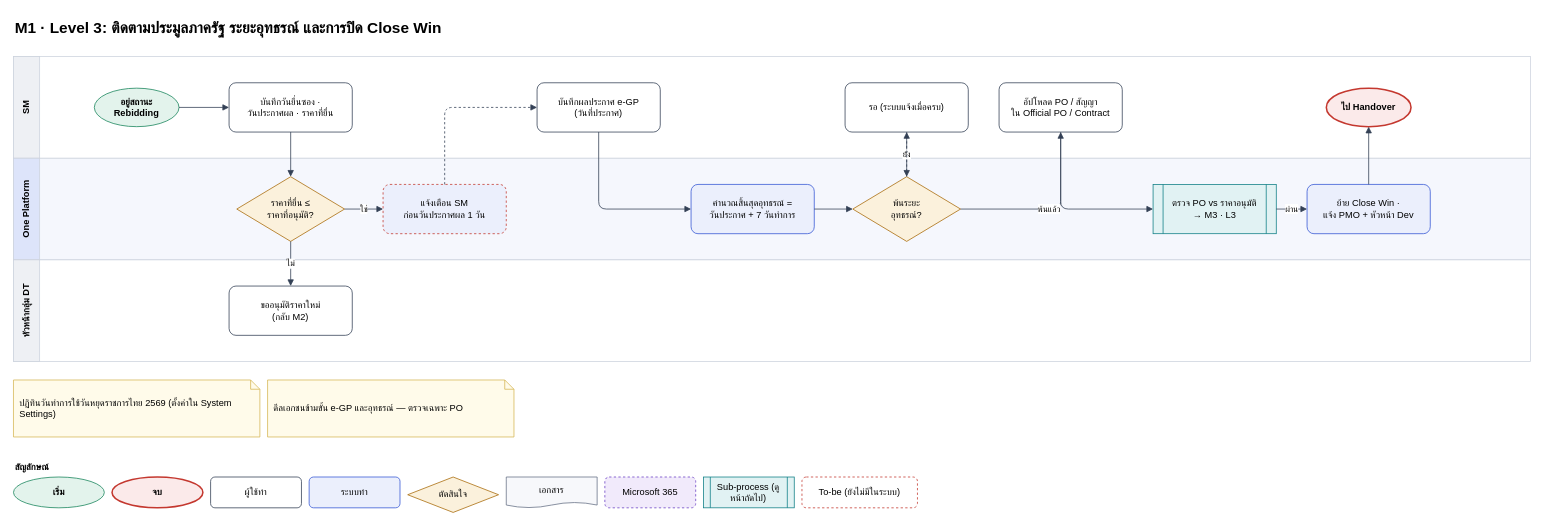
Before: page "M1 Sales · L3" (6 of 31) of salesflow/docs/diagrams/one-platform-flows.drawio in Ruttanachote/Ai, a draw.io diagram. Source tidied: cells renumbered, new cells numbered last; positions are measured from the earlier drawing's top-left corner, leaving out a move shared by most shapes. Both pictures are drawn from the tidied source at 77%, with x=0, y=0 at pixel (13, 13).
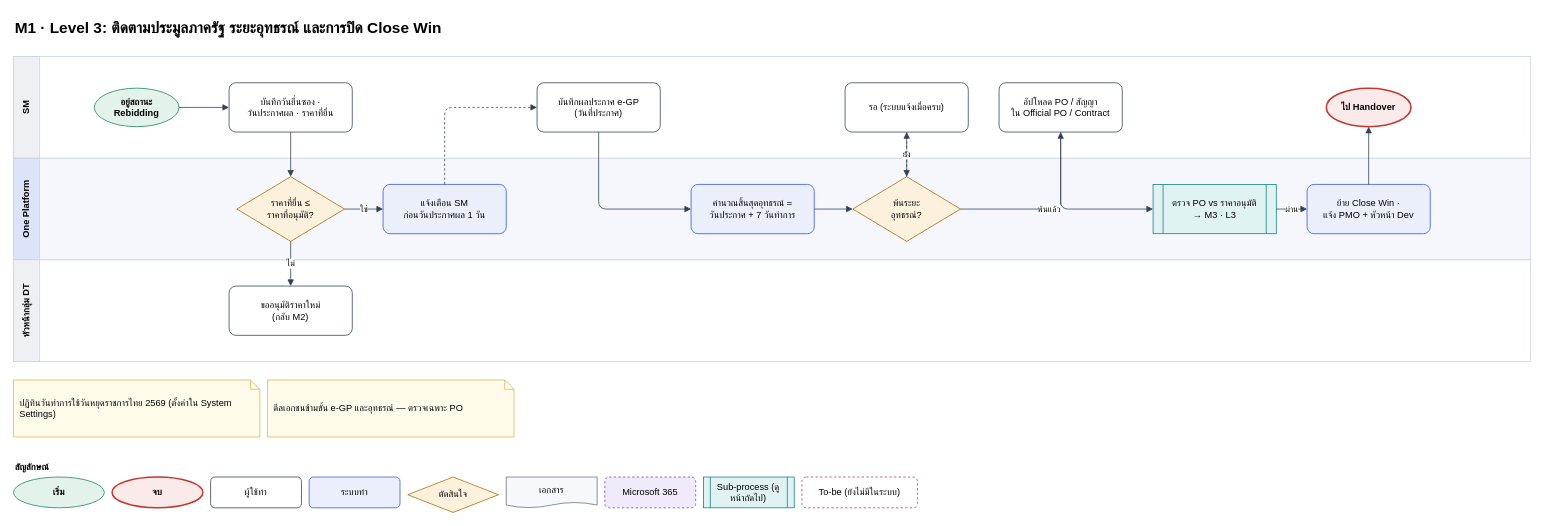
Above is the later version.

Change to the diagram source:
```diff
@@
-    <mxCell id="13" value="แจ้งเตือน SM&lt;br&gt;ก่อนวันประกาศผล 1 วัน" style="rounded=1;whiteSpace=wrap;html=1;fillColor=#EBEFFC;strokeColor=#3457D5;arcSize=14;fontFamily=Prompt;dashed=1;strokeColor=#C4382F;" parent="1" vertex="1">
+    <mxCell id="13" value="แจ้งเตือน SM&lt;br&gt;ก่อนวันประกาศผล 1 วัน" style="rounded=1;whiteSpace=wrap;html=1;fillColor=#EBEFFC;strokeColor=#3457D5;arcSize=14;fontFamily=Prompt;" parent="1" vertex="1">
       <mxGeometry x="480" y="222" width="160" height="64" as="geometry" />
     </mxCell>
```
